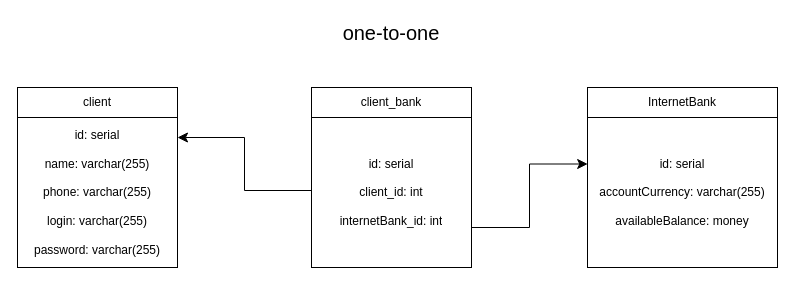
Before: data/one-to-one.drawio in Vetoshkin-Oleg/job4j_design, a draw.io diagram. Source tidied: cells renumbered, new cells numbered last; positions are measured from the earlier drawing's top-left corner, leaving out a move shared by most shapes. Both pictures are drawn from the tidied source at 100%, with x=0, y=0 at pixel (17, 17).
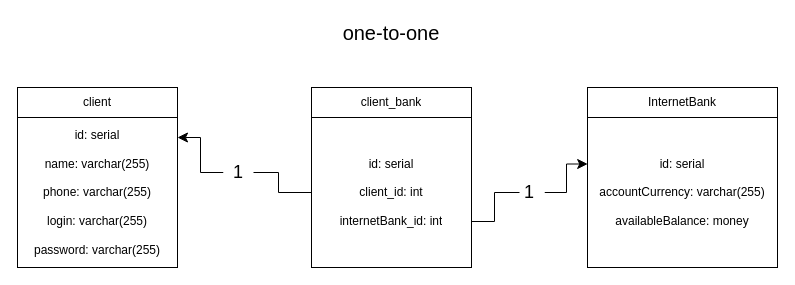
After the change.

Commit message (it also covers changes not shown here):
1. Связи между таблицами [#373615  [#373615 #428666]]

Unchanged cells that the change refers to:
```xml
<mxCell id="6" value="id: serial&lt;br&gt;&lt;br style=&quot;border-color: var(--border-color);&quot;&gt;accountCurrency: varchar(255)&lt;br&gt;&lt;br style=&quot;border-color: var(--border-color);&quot;&gt;availableBalance: money" style="text;strokeColor=default;fillColor=none;spacingLeft=4;spacingRight=4;overflow=hidden;points=[[0,0.5],[1,0.5]];portConstraint=eastwest;fontSize=12;whiteSpace=wrap;html=1;align=center;verticalAlign=middle;" parent="1" vertex="1">
  <mxGeometry x="570" y="100" width="190" height="150" as="geometry" />
</mxCell>
```

The edit, as a diff of the source:
```diff
@@
-    <mxCell id="9" style="edgeStyle=elbowEdgeStyle;elbow=horizontal;endArrow=classic;html=1;curved=0;rounded=0;endSize=8;startSize=8;entryX=0.001;entryY=0.31;entryDx=0;entryDy=0;entryPerimeter=0;" parent="1" edge="1" target="6">
-      <mxGeometry relative="1" as="geometry">
-        <mxPoint x="454" y="210" as="sourcePoint" />
-      </mxGeometry>
+    <mxCell id="9" style="edgeStyle=elbowEdgeStyle;elbow=horizontal;endArrow=classic;html=1;curved=0;rounded=0;endSize=8;startSize=8;entryX=0.001;entryY=0.31;entryDx=0;entryDy=0;entryPerimeter=0;" parent="1" edge="1" source="15" target="6">
+      <mxGeometry relative="1" as="geometry" />
     </mxCell>
-    <mxCell id="10" style="edgeStyle=elbowEdgeStyle;elbow=horizontal;endArrow=classic;html=1;curved=0;rounded=0;endSize=8;startSize=8;" parent="1" edge="1">
+    <mxCell id="10" style="edgeStyle=elbowEdgeStyle;elbow=horizontal;endArrow=classic;html=1;curved=0;rounded=0;endSize=8;startSize=8;" parent="1" edge="1" source="11">
       <mxGeometry relative="1" as="geometry">
-        <mxPoint x="294" y="173" as="sourcePoint" />
         <mxPoint x="160" y="120" as="targetPoint" />
       </mxGeometry>
     </mxCell>
+    <mxCell id="11" value="1" style="text;strokeColor=none;fillColor=default;spacingLeft=4;spacingRight=4;overflow=hidden;points=[[0,0.5],[1,0.5]];portConstraint=eastwest;fontSize=18;whiteSpace=wrap;html=1;align=center;verticalAlign=middle;" parent="1" vertex="1">
+      <mxGeometry x="206" y="140" width="30" height="30" as="geometry" />
+    </mxCell>
+    <mxCell id="12" style="endArrow=none;html=1;rounded=0;exitX=1;exitY=0.5;exitDx=0;exitDy=0;" parent="1" edge="1" source="11">
+      <mxGeometry relative="1" as="geometry">
+        <mxPoint x="261" y="155" as="targetPoint" />
+      </mxGeometry>
+    </mxCell>
+    <mxCell id="13" style="endArrow=none;html=1;rounded=0;" parent="1" edge="1">
+      <mxGeometry relative="1" as="geometry">
+        <mxPoint x="261" y="175" as="sourcePoint" />
+        <mxPoint x="294" y="175" as="targetPoint" />
+      </mxGeometry>
+    </mxCell>
+    <mxCell id="14" style="endArrow=none;html=1;rounded=0;exitX=1;exitY=0.5;exitDx=0;exitDy=0;" parent="1" edge="1">
+      <mxGeometry relative="1" as="geometry">
+        <mxPoint x="261" y="175" as="sourcePoint" />
+        <mxPoint x="261" y="155" as="targetPoint" />
+      </mxGeometry>
+    </mxCell>
+    <mxCell id="15" value="1" style="text;strokeColor=none;fillColor=default;spacingLeft=4;spacingRight=4;overflow=hidden;points=[[0,0.5],[1,0.5]];portConstraint=eastwest;fontSize=18;whiteSpace=wrap;html=1;align=center;verticalAlign=middle;" parent="1" vertex="1">
+      <mxGeometry x="497" y="160" width="30" height="30" as="geometry" />
+    </mxCell>
+    <mxCell id="16" style="endArrow=none;html=1;rounded=0;" parent="1" edge="1">
+      <mxGeometry relative="1" as="geometry">
+        <mxPoint x="477" y="175" as="sourcePoint" />
+        <mxPoint x="502" y="175" as="targetPoint" />
+      </mxGeometry>
+    </mxCell>
+    <mxCell id="17" style="endArrow=none;html=1;rounded=0;" parent="1" edge="1">
+      <mxGeometry relative="1" as="geometry">
+        <mxPoint x="454" y="204" as="sourcePoint" />
+        <mxPoint x="477" y="204" as="targetPoint" />
+      </mxGeometry>
+    </mxCell>
+    <mxCell id="18" style="endArrow=none;html=1;rounded=0;" parent="1" edge="1">
+      <mxGeometry relative="1" as="geometry">
+        <mxPoint x="477" y="204" as="sourcePoint" />
+        <mxPoint x="477" y="175" as="targetPoint" />
+      </mxGeometry>
+    </mxCell>
```
